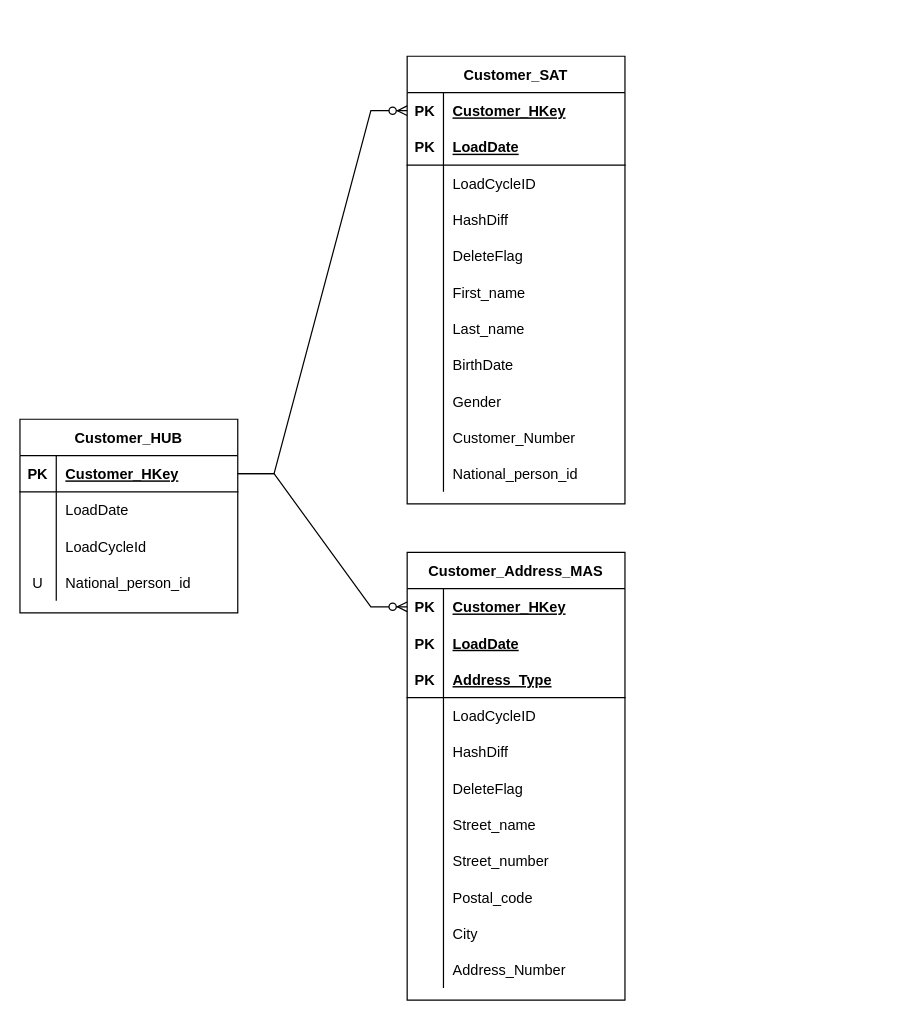
Before: DataVault3.drawio in tobiasrist/Vaultspeed, a draw.io diagram. Source tidied: cells renumbered, new cells numbered last; positions are measured from the earlier drawing's top-left corner, leaving out a move shared by most shapes. Both pictures are drawn from the tidied source at 121%, with x=0, y=0 at pixel (19, 56).
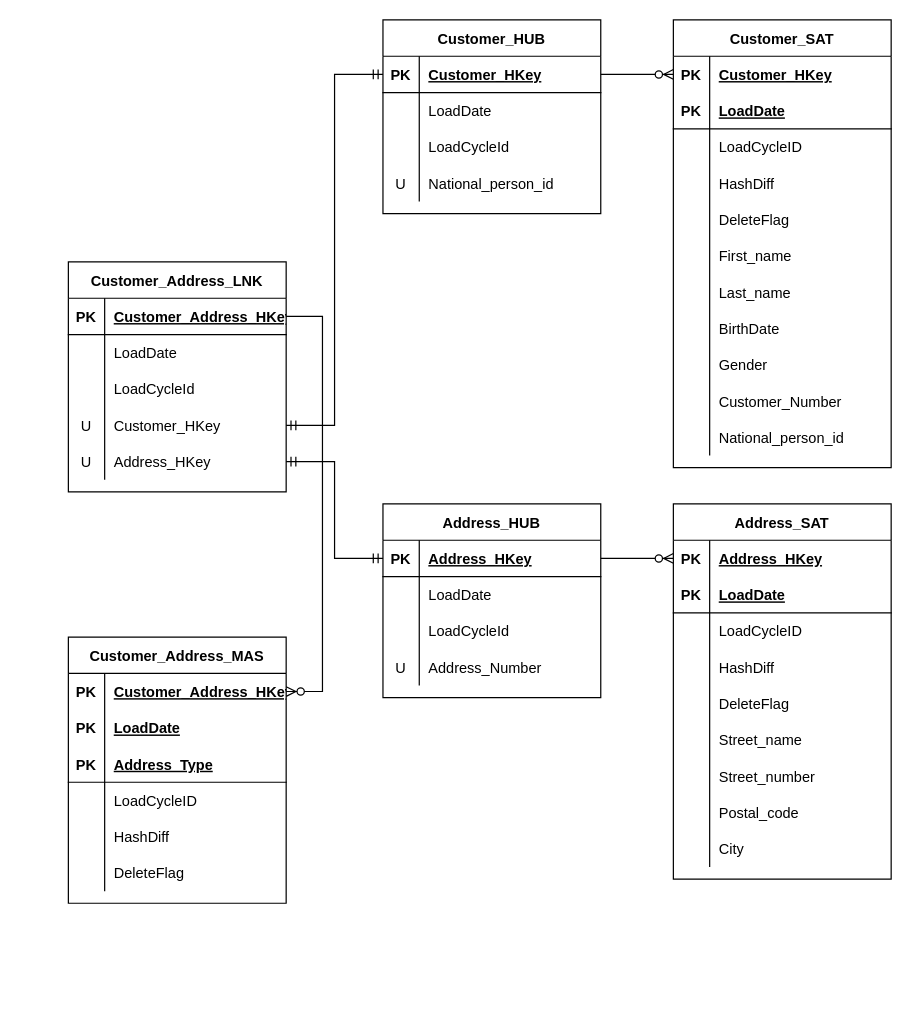
Above is the later version.

The change refers to these unchanged cells:
```xml
<mxCell id="3" style="shape=tableRow;horizontal=0;startSize=0;swimlaneHead=0;swimlaneBody=0;fillColor=none;points=[[0,0.5],[1,0.5]];portConstraint=eastwest;top=0;left=0;right=0;bottom=1;" parent="2" vertex="1">
  <mxGeometry y="30" width="180" height="30" as="geometry" />
</mxCell>
<mxCell id="52" style="shape=tableRow;horizontal=0;startSize=0;swimlaneHead=0;swimlaneBody=0;fillColor=none;points=[[0,0.5],[1,0.5]];portConstraint=eastwest;top=0;left=0;right=0;bottom=0;" parent="51" vertex="1">
  <mxGeometry y="30" width="180" height="30" as="geometry" />
</mxCell>
```

Diff of the diagram source:
```diff
@@
     <mxCell id="2" value="Customer_HUB" style="shape=table;startSize=30;childLayout=tableLayout;rowLines=0;fontStyle=1;align=center;" parent="1" vertex="1">
-      <mxGeometry y="300" width="180" height="160" as="geometry" />
+      <mxGeometry x="300" y="-30" width="180" height="160" as="geometry" />
     </mxCell>
@@
-    <mxCell id="16" style="edgeStyle=entityRelationEdgeStyle;fontSize=12;html=1;endArrow=ERzeroToMany;endFill=1;rounded=0;entryX=0;entryY=0.5;entryDx=0;entryDy=0;exitX=1;exitY=0.5;exitDx=0;exitDy=0;" parent="1" edge="1" source="3" target="52">
+    <mxCell id="16" style="edgeStyle=entityRelationEdgeStyle;fontSize=12;html=1;endArrow=ERzeroToMany;endFill=1;rounded=0;entryX=0;entryY=0.5;entryDx=0;entryDy=0;exitX=1;exitY=0.5;exitDx=0;exitDy=0;" parent="1" edge="1" source="86" target="52">
       <mxGeometry relative="1" as="geometry" />
     </mxCell>
     <mxCell id="17" value="Customer_SAT" style="shape=table;startSize=30;childLayout=tableLayout;rowLines=0;fontStyle=1;align=center;" parent="1" vertex="1">
-      <mxGeometry x="320" width="180" height="370" as="geometry" />
+      <mxGeometry x="540" y="-30" width="180" height="370" as="geometry" />
     </mxCell>
@@
-    <mxCell id="51" value="Customer_Address_MAS" style="shape=table;startSize=30;childLayout=tableLayout;rowLines=0;fontStyle=1;align=center;" parent="1" vertex="1">
-      <mxGeometry x="320" y="410" width="180" height="370" as="geometry" />
+    <mxCell id="51" value="Address_SAT" style="shape=table;startSize=30;childLayout=tableLayout;rowLines=0;fontStyle=1;align=center;" parent="1" vertex="1">
+      <mxGeometry x="540" y="370" width="180" height="310" as="geometry" />
     </mxCell>
@@
-    <mxCell id="54" value="Customer_HKey" style="shape=partialRectangle;fillColor=none;top=0;left=0;bottom=0;right=0;align=left;spacingLeft=6;fontStyle=5;overflow=hidden;" parent="52" vertex="1">
+    <mxCell id="54" value="Address_HKey" style="shape=partialRectangle;fillColor=none;top=0;left=0;bottom=0;right=0;align=left;spacingLeft=6;fontStyle=5;overflow=hidden;" parent="52" vertex="1">
       <mxGeometry x="30" width="150" height="30" as="geometry" />
     </mxCell>
-    <mxCell id="55" style="shape=tableRow;horizontal=0;startSize=0;swimlaneHead=0;swimlaneBody=0;fillColor=none;top=0;left=0;right=0;bottom=0;" parent="51" vertex="1">
-      <mxGeometry y="60" width="180" height="30" as="geometry" />
-    </mxCell>
-    <mxCell id="56" value="PK" style="shape=partialRectangle;fillColor=none;top=0;left=0;bottom=0;right=0;fontStyle=1;overflow=hidden;" parent="55" vertex="1">
-      <mxGeometry width="30" height="30" as="geometry" />
-    </mxCell>
-    <mxCell id="57" value="LoadDate" style="shape=partialRectangle;fillColor=none;top=0;left=0;bottom=0;right=0;align=left;spacingLeft=6;fontStyle=5;overflow=hidden;" parent="55" vertex="1">
-      <mxGeometry x="30" width="150" height="30" as="geometry" />
-    </mxCell>
     <mxCell id="58" style="shape=tableRow;horizontal=0;startSize=0;swimlaneHead=0;swimlaneBody=0;fillColor=none;top=0;left=0;right=0;bottom=1;" parent="51" vertex="1">
-      <mxGeometry y="90" width="180" height="30" as="geometry" />
+      <mxGeometry y="60" width="180" height="30" as="geometry" />
     </mxCell>
@@
-    <mxCell id="60" value="Address_Type" style="shape=partialRectangle;fillColor=none;top=0;left=0;bottom=0;right=0;align=left;spacingLeft=6;fontStyle=5;overflow=hidden;" parent="58" vertex="1">
+    <mxCell id="60" value="LoadDate" style="shape=partialRectangle;fillColor=none;top=0;left=0;bottom=0;right=0;align=left;spacingLeft=6;fontStyle=5;overflow=hidden;" parent="58" vertex="1">
       <mxGeometry x="30" width="150" height="30" as="geometry" />
     </mxCell>
     <mxCell id="61" style="shape=tableRow;horizontal=0;startSize=0;swimlaneHead=0;swimlaneBody=0;fillColor=none;top=0;left=0;right=0;bottom=0;" parent="51" vertex="1">
-      <mxGeometry y="120" width="180" height="30" as="geometry" />
+      <mxGeometry y="90" width="180" height="30" as="geometry" />
     </mxCell>
@@
     <mxCell id="64" style="shape=tableRow;horizontal=0;startSize=0;swimlaneHead=0;swimlaneBody=0;fillColor=none;top=0;left=0;right=0;bottom=0;" parent="51" vertex="1">
-      <mxGeometry y="150" width="180" height="30" as="geometry" />
+      <mxGeometry y="120" width="180" height="30" as="geometry" />
     </mxCell>
@@
     <mxCell id="67" style="shape=tableRow;horizontal=0;startSize=0;swimlaneHead=0;swimlaneBody=0;fillColor=none;top=0;left=0;right=0;bottom=0;" parent="51" vertex="1">
-      <mxGeometry y="180" width="180" height="30" as="geometry" />
+      <mxGeometry y="150" width="180" height="30" as="geometry" />
     </mxCell>
@@
     <mxCell id="70" style="shape=tableRow;horizontal=0;startSize=0;swimlaneHead=0;swimlaneBody=0;fillColor=none;top=0;left=0;right=0;bottom=0;" parent="51" vertex="1">
-      <mxGeometry y="210" width="180" height="30" as="geometry" />
+      <mxGeometry y="180" width="180" height="30" as="geometry" />
     </mxCell>
@@
     <mxCell id="73" style="shape=tableRow;horizontal=0;startSize=0;swimlaneHead=0;swimlaneBody=0;fillColor=none;top=0;left=0;right=0;bottom=0;" parent="51" vertex="1">
-      <mxGeometry y="240" width="180" height="30" as="geometry" />
+      <mxGeometry y="210" width="180" height="30" as="geometry" />
     </mxCell>
@@
     <mxCell id="76" style="shape=tableRow;horizontal=0;startSize=0;swimlaneHead=0;swimlaneBody=0;fillColor=none;top=0;left=0;right=0;bottom=0;" parent="51" vertex="1">
-      <mxGeometry y="270" width="180" height="30" as="geometry" />
+      <mxGeometry y="240" width="180" height="30" as="geometry" />
     </mxCell>
@@
     <mxCell id="79" style="shape=tableRow;horizontal=0;startSize=0;swimlaneHead=0;swimlaneBody=0;fillColor=none;top=0;left=0;right=0;bottom=0;" parent="51" vertex="1">
-      <mxGeometry y="300" width="180" height="30" as="geometry" />
+      <mxGeometry y="270" width="180" height="30" as="geometry" />
     </mxCell>
@@
-    <mxCell id="82" style="shape=tableRow;horizontal=0;startSize=0;swimlaneHead=0;swimlaneBody=0;fillColor=none;top=0;left=0;right=0;bottom=0;" parent="51" vertex="1">
-      <mxGeometry y="330" width="180" height="30" as="geometry" />
-    </mxCell>
-    <mxCell id="83" style="shape=partialRectangle;fillColor=none;top=0;left=0;bottom=0;right=0;overflow=hidden;" parent="82" vertex="1">
-      <mxGeometry width="30" height="30" as="geometry" />
-    </mxCell>
+    <mxCell id="85" value="Address_HUB" style="shape=table;startSize=30;childLayout=tableLayout;rowLines=0;fontStyle=1;align=center;" parent="1" vertex="1">
+      <mxGeometry x="300" y="370" width="180" height="160" as="geometry" />
+    </mxCell>
+    <mxCell id="86" style="shape=tableRow;horizontal=0;startSize=0;swimlaneHead=0;swimlaneBody=0;fillColor=none;points=[[0,0.5],[1,0.5]];portConstraint=eastwest;top=0;left=0;right=0;bottom=1;" parent="85" vertex="1">
+      <mxGeometry y="30" width="180" height="30" as="geometry" />
+    </mxCell>
+    <mxCell id="87" value="PK" style="shape=partialRectangle;fillColor=none;top=0;left=0;bottom=0;right=0;fontStyle=1;overflow=hidden;" parent="86" vertex="1">
+      <mxGeometry width="30" height="30" as="geometry" />
+    </mxCell>
+    <mxCell id="88" value="Address_HKey" style="shape=partialRectangle;fillColor=none;top=0;left=0;bottom=0;right=0;align=left;spacingLeft=6;fontStyle=5;overflow=hidden;" parent="86" vertex="1">
+      <mxGeometry x="30" width="150" height="30" as="geometry" />
+    </mxCell>
+    <mxCell id="89" style="shape=tableRow;horizontal=0;startSize=0;swimlaneHead=0;swimlaneBody=0;fillColor=none;top=0;left=0;right=0;bottom=0;" parent="85" vertex="1">
+      <mxGeometry y="60" width="180" height="30" as="geometry" />
+    </mxCell>
+    <mxCell id="90" style="shape=partialRectangle;fillColor=none;top=0;left=0;bottom=0;right=0;overflow=hidden;" parent="89" vertex="1">
+      <mxGeometry width="30" height="30" as="geometry" />
+    </mxCell>
+    <mxCell id="91" value="LoadDate" style="shape=partialRectangle;fillColor=none;top=0;left=0;bottom=0;right=0;align=left;spacingLeft=6;overflow=hidden;" parent="89" vertex="1">
+      <mxGeometry x="30" width="150" height="30" as="geometry" />
+    </mxCell>
+    <mxCell id="92" style="shape=tableRow;horizontal=0;startSize=0;swimlaneHead=0;swimlaneBody=0;fillColor=none;top=0;left=0;right=0;bottom=0;" parent="85" vertex="1">
+      <mxGeometry y="90" width="180" height="30" as="geometry" />
+    </mxCell>
+    <mxCell id="93" style="shape=partialRectangle;fillColor=none;top=0;left=0;bottom=0;right=0;overflow=hidden;" parent="92" vertex="1">
+      <mxGeometry width="30" height="30" as="geometry" />
+    </mxCell>
+    <mxCell id="94" value="LoadCycleId" style="shape=partialRectangle;fillColor=none;top=0;left=0;bottom=0;right=0;align=left;spacingLeft=6;overflow=hidden;" parent="92" vertex="1">
+      <mxGeometry x="30" width="150" height="30" as="geometry" />
+    </mxCell>
+    <mxCell id="95" style="shape=tableRow;horizontal=0;startSize=0;swimlaneHead=0;swimlaneBody=0;fillColor=none;top=0;left=0;right=0;bottom=0;" parent="85" vertex="1">
+      <mxGeometry y="120" width="180" height="30" as="geometry" />
+    </mxCell>
+    <mxCell id="96" value="U" style="shape=partialRectangle;fillColor=none;top=0;left=0;bottom=0;right=0;overflow=hidden;" parent="95" vertex="1">
+      <mxGeometry width="30" height="30" as="geometry" />
+    </mxCell>
-    <mxCell id="84" value="Address_Number" style="shape=partialRectangle;fillColor=none;top=0;left=0;bottom=0;right=0;align=left;spacingLeft=6;overflow=hidden;" parent="82" vertex="1">
+    <mxCell id="84" value="Address_Number" style="shape=partialRectangle;fillColor=none;top=0;left=0;bottom=0;right=0;align=left;spacingLeft=6;overflow=hidden;" parent="95" vertex="1">
       <mxGeometry x="30" width="150" height="30" as="geometry" />
     </mxCell>
+    <mxCell id="97" value="Customer_Address_LNK" style="shape=table;startSize=30;childLayout=tableLayout;rowLines=0;fontStyle=1;align=center;" parent="1" vertex="1">
+      <mxGeometry x="40" y="170" width="180" height="190" as="geometry" />
+    </mxCell>
+    <mxCell id="98" style="shape=tableRow;horizontal=0;startSize=0;swimlaneHead=0;swimlaneBody=0;fillColor=none;points=[[0,0.5],[1,0.5]];portConstraint=eastwest;top=0;left=0;right=0;bottom=1;" parent="97" vertex="1">
+      <mxGeometry y="30" width="180" height="30" as="geometry" />
+    </mxCell>
+    <mxCell id="99" value="PK" style="shape=partialRectangle;fillColor=none;top=0;left=0;bottom=0;right=0;fontStyle=1;overflow=hidden;" parent="98" vertex="1">
+      <mxGeometry width="30" height="30" as="geometry" />
+    </mxCell>
+    <mxCell id="100" value="Customer_Address_HKey" style="shape=partialRectangle;fillColor=none;top=0;left=0;bottom=0;right=0;align=left;spacingLeft=6;fontStyle=5;overflow=hidden;" parent="98" vertex="1">
+      <mxGeometry x="30" width="150" height="30" as="geometry" />
+    </mxCell>
+    <mxCell id="101" style="shape=tableRow;horizontal=0;startSize=0;swimlaneHead=0;swimlaneBody=0;fillColor=none;top=0;left=0;right=0;bottom=0;" parent="97" vertex="1">
+      <mxGeometry y="60" width="180" height="30" as="geometry" />
+    </mxCell>
+    <mxCell id="102" style="shape=partialRectangle;fillColor=none;top=0;left=0;bottom=0;right=0;overflow=hidden;" parent="101" vertex="1">
+      <mxGeometry width="30" height="30" as="geometry" />
+    </mxCell>
+    <mxCell id="103" value="LoadDate" style="shape=partialRectangle;fillColor=none;top=0;left=0;bottom=0;right=0;align=left;spacingLeft=6;overflow=hidden;" parent="101" vertex="1">
+      <mxGeometry x="30" width="150" height="30" as="geometry" />
+    </mxCell>
+    <mxCell id="104" style="shape=tableRow;horizontal=0;startSize=0;swimlaneHead=0;swimlaneBody=0;fillColor=none;top=0;left=0;right=0;bottom=0;" parent="97" vertex="1">
+      <mxGeometry y="90" width="180" height="30" as="geometry" />
+    </mxCell>
+    <mxCell id="105" style="shape=partialRectangle;fillColor=none;top=0;left=0;bottom=0;right=0;overflow=hidden;" parent="104" vertex="1">
+      <mxGeometry width="30" height="30" as="geometry" />
+    </mxCell>
+    <mxCell id="106" value="LoadCycleId" style="shape=partialRectangle;fillColor=none;top=0;left=0;bottom=0;right=0;align=left;spacingLeft=6;overflow=hidden;" parent="104" vertex="1">
+      <mxGeometry x="30" width="150" height="30" as="geometry" />
+    </mxCell>
+    <mxCell id="107" style="shape=tableRow;horizontal=0;startSize=0;swimlaneHead=0;swimlaneBody=0;fillColor=none;points=[[0,0.5],[1,0.5]];portConstraint=eastwest;top=0;left=0;right=0;bottom=0;" parent="97" vertex="1">
+      <mxGeometry y="120" width="180" height="30" as="geometry" />
+    </mxCell>
+    <mxCell id="108" value="U" style="shape=partialRectangle;fillColor=none;top=0;left=0;bottom=0;right=0;overflow=hidden;" parent="107" vertex="1">
+      <mxGeometry width="30" height="30" as="geometry" />
+    </mxCell>
+    <mxCell id="109" value="Customer_HKey" style="shape=partialRectangle;fillColor=none;top=0;left=0;bottom=0;right=0;align=left;spacingLeft=6;overflow=hidden;" parent="107" vertex="1">
+      <mxGeometry x="30" width="150" height="30" as="geometry" />
+    </mxCell>
+    <mxCell id="110" style="shape=tableRow;horizontal=0;startSize=0;swimlaneHead=0;swimlaneBody=0;fillColor=none;points=[[0,0.5],[1,0.5]];portConstraint=eastwest;top=0;left=0;right=0;bottom=0;" parent="97" vertex="1">
+      <mxGeometry y="150" width="180" height="30" as="geometry" />
+    </mxCell>
+    <mxCell id="111" value="U" style="shape=partialRectangle;fillColor=none;top=0;left=0;bottom=0;right=0;overflow=hidden;" parent="110" vertex="1">
+      <mxGeometry width="30" height="30" as="geometry" />
+    </mxCell>
+    <mxCell id="112" value="Address_HKey" style="shape=partialRectangle;fillColor=none;top=0;left=0;bottom=0;right=0;align=left;spacingLeft=6;overflow=hidden;" parent="110" vertex="1">
+      <mxGeometry x="30" width="150" height="30" as="geometry" />
+    </mxCell>
+    <mxCell id="113" style="edgeStyle=orthogonalEdgeStyle;fontSize=12;html=1;endArrow=ERmandOne;startArrow=ERmandOne;rounded=0;entryX=0;entryY=0.5;entryDx=0;entryDy=0;exitX=1;exitY=0.5;exitDx=0;exitDy=0;" parent="1" edge="1" source="107" target="3">
+      <mxGeometry relative="1" as="geometry" />
+    </mxCell>
+    <mxCell id="114" style="edgeStyle=orthogonalEdgeStyle;fontSize=12;html=1;endArrow=ERmandOne;startArrow=ERmandOne;rounded=0;entryX=0;entryY=0.5;entryDx=0;entryDy=0;exitX=1;exitY=0.5;exitDx=0;exitDy=0;" parent="1" edge="1" source="110" target="86">
+      <mxGeometry relative="1" as="geometry" />
+    </mxCell>
+    <mxCell id="115" value="Customer_Address_MAS" style="shape=table;startSize=30;childLayout=tableLayout;rowLines=0;fontStyle=1;align=center;" parent="1" vertex="1">
+      <mxGeometry x="40" y="480" width="180" height="220" as="geometry" />
+    </mxCell>
+    <mxCell id="116" style="shape=tableRow;horizontal=0;startSize=0;swimlaneHead=0;swimlaneBody=0;fillColor=none;points=[[0,0.5],[1,0.5]];portConstraint=eastwest;top=0;left=0;right=0;bottom=0;" parent="115" vertex="1">
+      <mxGeometry y="30" width="180" height="30" as="geometry" />
+    </mxCell>
+    <mxCell id="117" value="PK" style="shape=partialRectangle;fillColor=none;top=0;left=0;bottom=0;right=0;fontStyle=1;overflow=hidden;" parent="116" vertex="1">
+      <mxGeometry width="30" height="30" as="geometry" />
+    </mxCell>
+    <mxCell id="118" value="Customer_Address_HKey" style="shape=partialRectangle;fillColor=none;top=0;left=0;bottom=0;right=0;align=left;spacingLeft=6;fontStyle=5;overflow=hidden;" parent="116" vertex="1">
+      <mxGeometry x="30" width="150" height="30" as="geometry" />
+    </mxCell>
+    <mxCell id="119" style="shape=tableRow;horizontal=0;startSize=0;swimlaneHead=0;swimlaneBody=0;fillColor=none;top=0;left=0;right=0;bottom=0;" parent="115" vertex="1">
+      <mxGeometry y="60" width="180" height="30" as="geometry" />
+    </mxCell>
+    <mxCell id="120" value="PK" style="shape=partialRectangle;fillColor=none;top=0;left=0;bottom=0;right=0;fontStyle=1;overflow=hidden;" parent="119" vertex="1">
+      <mxGeometry width="30" height="30" as="geometry" />
+    </mxCell>
+    <mxCell id="57" value="LoadDate" style="shape=partialRectangle;fillColor=none;top=0;left=0;bottom=0;right=0;align=left;spacingLeft=6;fontStyle=5;overflow=hidden;" parent="119" vertex="1">
+      <mxGeometry x="30" width="150" height="30" as="geometry" />
+    </mxCell>
+    <mxCell id="121" style="shape=tableRow;horizontal=0;startSize=0;swimlaneHead=0;swimlaneBody=0;fillColor=none;top=0;left=0;right=0;bottom=1;" parent="115" vertex="1">
+      <mxGeometry y="90" width="180" height="30" as="geometry" />
+    </mxCell>
+    <mxCell id="122" value="PK" style="shape=partialRectangle;fillColor=none;top=0;left=0;bottom=0;right=0;fontStyle=1;overflow=hidden;" parent="121" vertex="1">
+      <mxGeometry width="30" height="30" as="geometry" />
+    </mxCell>
+    <mxCell id="123" value="Address_Type" style="shape=partialRectangle;fillColor=none;top=0;left=0;bottom=0;right=0;align=left;spacingLeft=6;fontStyle=5;overflow=hidden;" parent="121" vertex="1">
+      <mxGeometry x="30" width="150" height="30" as="geometry" />
+    </mxCell>
+    <mxCell id="124" style="shape=tableRow;horizontal=0;startSize=0;swimlaneHead=0;swimlaneBody=0;fillColor=none;top=0;left=0;right=0;bottom=0;" parent="115" vertex="1">
+      <mxGeometry y="120" width="180" height="30" as="geometry" />
+    </mxCell>
+    <mxCell id="125" style="shape=partialRectangle;fillColor=none;top=0;left=0;bottom=0;right=0;overflow=hidden;" parent="124" vertex="1">
+      <mxGeometry width="30" height="30" as="geometry" />
+    </mxCell>
+    <mxCell id="126" value="LoadCycleID" style="shape=partialRectangle;fillColor=none;top=0;left=0;bottom=0;right=0;align=left;spacingLeft=6;overflow=hidden;" parent="124" vertex="1">
+      <mxGeometry x="30" width="150" height="30" as="geometry" />
+    </mxCell>
+    <mxCell id="127" style="shape=tableRow;horizontal=0;startSize=0;swimlaneHead=0;swimlaneBody=0;fillColor=none;top=0;left=0;right=0;bottom=0;" parent="115" vertex="1">
+      <mxGeometry y="150" width="180" height="30" as="geometry" />
+    </mxCell>
+    <mxCell id="128" style="shape=partialRectangle;fillColor=none;top=0;left=0;bottom=0;right=0;overflow=hidden;" parent="127" vertex="1">
+      <mxGeometry width="30" height="30" as="geometry" />
+    </mxCell>
+    <mxCell id="129" value="HashDiff" style="shape=partialRectangle;fillColor=none;top=0;left=0;bottom=0;right=0;align=left;spacingLeft=6;overflow=hidden;" parent="127" vertex="1">
+      <mxGeometry x="30" width="150" height="30" as="geometry" />
+    </mxCell>
+    <mxCell id="130" style="shape=tableRow;horizontal=0;startSize=0;swimlaneHead=0;swimlaneBody=0;fillColor=none;top=0;left=0;right=0;bottom=0;" parent="115" vertex="1">
+      <mxGeometry y="180" width="180" height="30" as="geometry" />
+    </mxCell>
+    <mxCell id="131" style="shape=partialRectangle;fillColor=none;top=0;left=0;bottom=0;right=0;overflow=hidden;" parent="130" vertex="1">
+      <mxGeometry width="30" height="30" as="geometry" />
+    </mxCell>
+    <mxCell id="132" value="DeleteFlag" style="shape=partialRectangle;fillColor=none;top=0;left=0;bottom=0;right=0;align=left;spacingLeft=6;overflow=hidden;" parent="130" vertex="1">
+      <mxGeometry x="30" width="150" height="30" as="geometry" />
+    </mxCell>
+    <mxCell id="133" style="edgeStyle=entityRelationEdgeStyle;fontSize=12;html=1;endArrow=ERzeroToMany;endFill=1;rounded=0;entryX=1;entryY=0.5;entryDx=0;entryDy=0;exitX=1;exitY=0.5;exitDx=0;exitDy=0;" parent="1" edge="1" source="98" target="116">
+      <mxGeometry relative="1" as="geometry" />
+    </mxCell>
```
